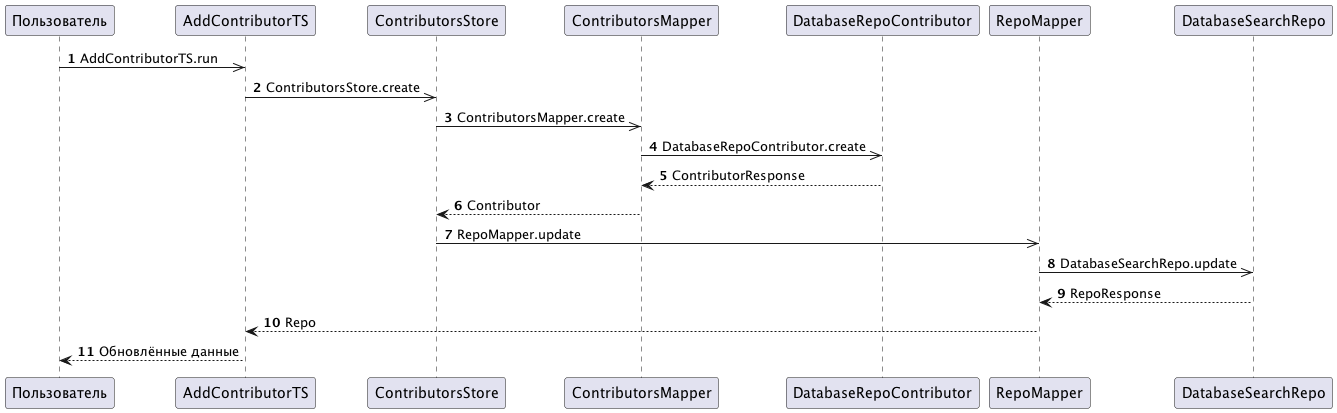
Above: docs/AddContributorSequence_diagram.png in RepoAnalyzer/repolier-frontend (PlantUML), before the change. The source it was exported from:
```plantuml
@startuml
autonumber
participant Пользователь as U

U ->> AddContributorTS: AddContributorTS.run
AddContributorTS ->> ContributorsStore: ContributorsStore.create
ContributorsStore ->> ContributorsMapper: ContributorsMapper.create
ContributorsMapper ->> DatabaseRepoContributor: DatabaseRepoContributor.create

ContributorsMapper <-- DatabaseRepoContributor: ContributorResponse
ContributorsStore <-- ContributorsMapper: Contributor

ContributorsStore ->> RepoMapper: RepoMapper.update
RepoMapper ->> DatabaseSearchRepo: DatabaseSearchRepo.update
RepoMapper <-- DatabaseSearchRepo: RepoResponse
AddContributorTS <-- RepoMapper: Repo
U <-- AddContributorTS: Обновлённые данные
@enduml
```
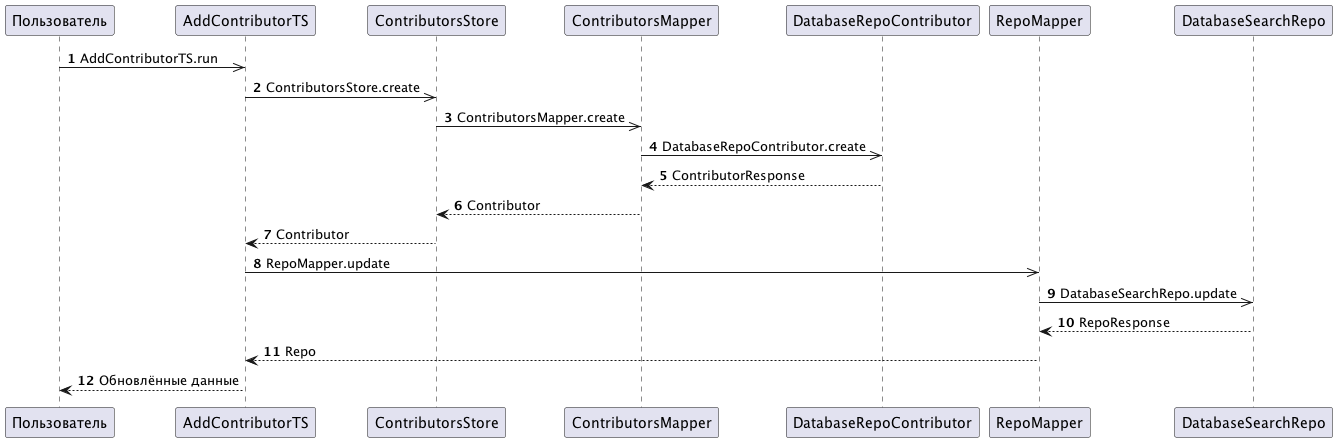
Later version of the same file.

Change to the diagram source:
```diff
@@ -9,8 +9,9 @@
 
 ContributorsMapper <-- DatabaseRepoContributor: ContributorResponse
 ContributorsStore <-- ContributorsMapper: Contributor
+AddContributorTS <-- ContributorsStore: Contributor
 
-ContributorsStore ->> RepoMapper: RepoMapper.update
+AddContributorTS ->> RepoMapper: RepoMapper.update
 RepoMapper ->> DatabaseSearchRepo: DatabaseSearchRepo.update
 RepoMapper <-- DatabaseSearchRepo: RepoResponse
 AddContributorTS <-- RepoMapper: Repo
```
